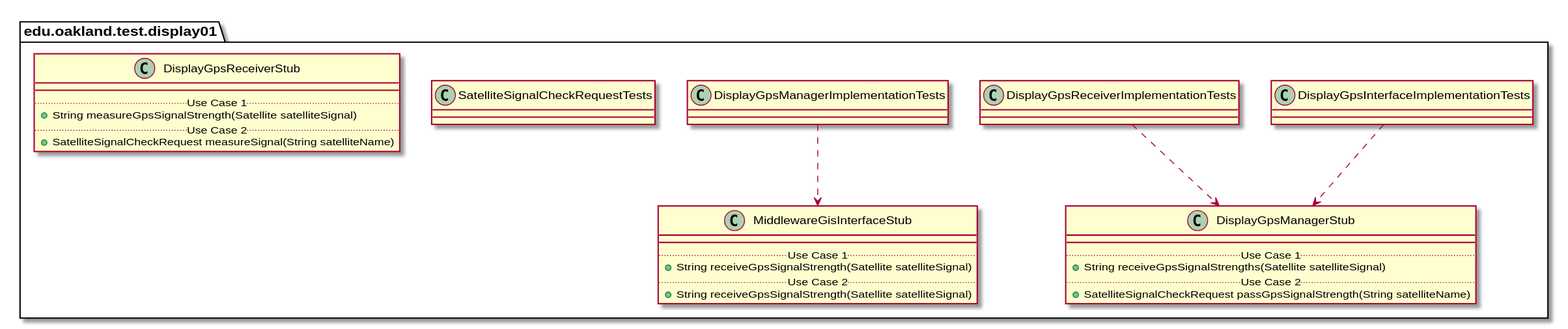
elilley15/csi-3370-software-project keeps this PlantUML diagram as docs/uml-class-diagrams/display01/test/Display01TestPackage_InternalDependencies.svg. Above is the earlier version. Source of this version:
```plantuml
@startuml Display01TestPackage_InternalDependencies

package edu.oakland.test.display01 {

}


package edu.oakland.test.display01 {
    class DisplayGpsInterfaceImplementationTests {

    }
}



package edu.oakland.test.display01 {
    class DisplayGpsManagerStub {
        __
        .. Use Case 1 ..
        + String receiveGpsSignalStrengths(Satellite satelliteSignal)
        .. Use Case 2 ..
        + SatelliteSignalCheckRequest passGpsSignalStrength(String satelliteName)
    }
}

DisplayGpsInterfaceImplementationTests ..> DisplayGpsManagerStub

package edu.oakland.test.display01 {
    class DisplayGpsReceiverImplementationTests {

    }
}


DisplayGpsReceiverImplementationTests ..> DisplayGpsManagerStub

package edu.oakland.test.display01 {
    class DisplayGpsManagerImplementationTests {

    }
}



package edu.oakland.test.display01 {
    class MiddlewareGisInterfaceStub {
        __
        .. Use Case 1 ..
        + String receiveGpsSignalStrength(Satellite satelliteSignal)
        .. Use Case 2 ..
        + String receiveGpsSignalStrength(Satellite satelliteSignal)
    }
}

DisplayGpsManagerImplementationTests ..> MiddlewareGisInterfaceStub

package edu.oakland.test.display01 {
    class SatelliteSignalCheckRequestTests {

    }
}


package edu.oakland.test.display01 {
    class DisplayGpsReceiverStub {
        __
        .. Use Case 1 ..
        + String measureGpsSignalStrength(Satellite satelliteSignal)
        .. Use Case 2 ..
        + SatelliteSignalCheckRequest measureSignal(String satelliteName)
    }
}


@enduml
```
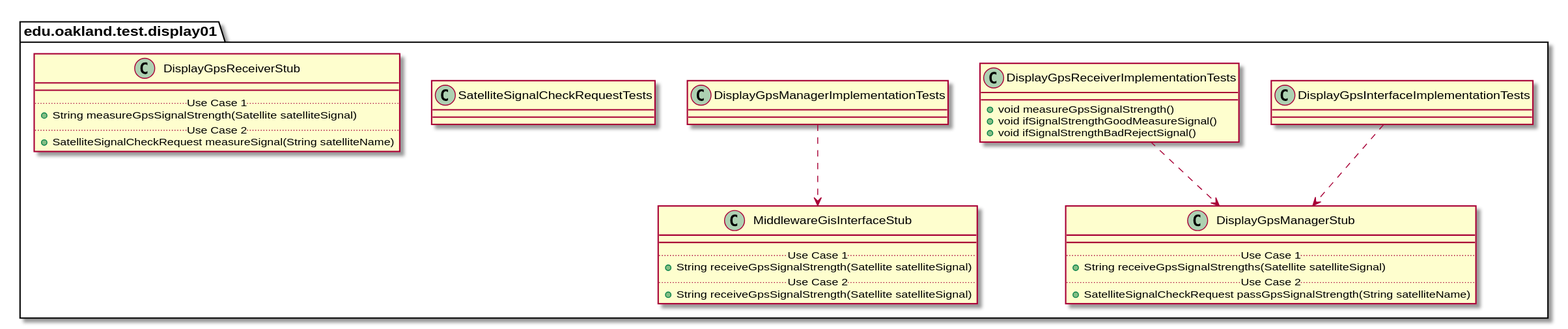
The same diagram one commit later.

The edit, as a diff of the source:
```diff
@@ -27,7 +27,9 @@
 
 package edu.oakland.test.display01 {
     class DisplayGpsReceiverImplementationTests {
-
+        + void measureGpsSignalStrength()
+        + void ifSignalStrengthGoodMeasureSignal()
+        + void ifSignalStrengthBadRejectSignal()
     }
 }
 
```
